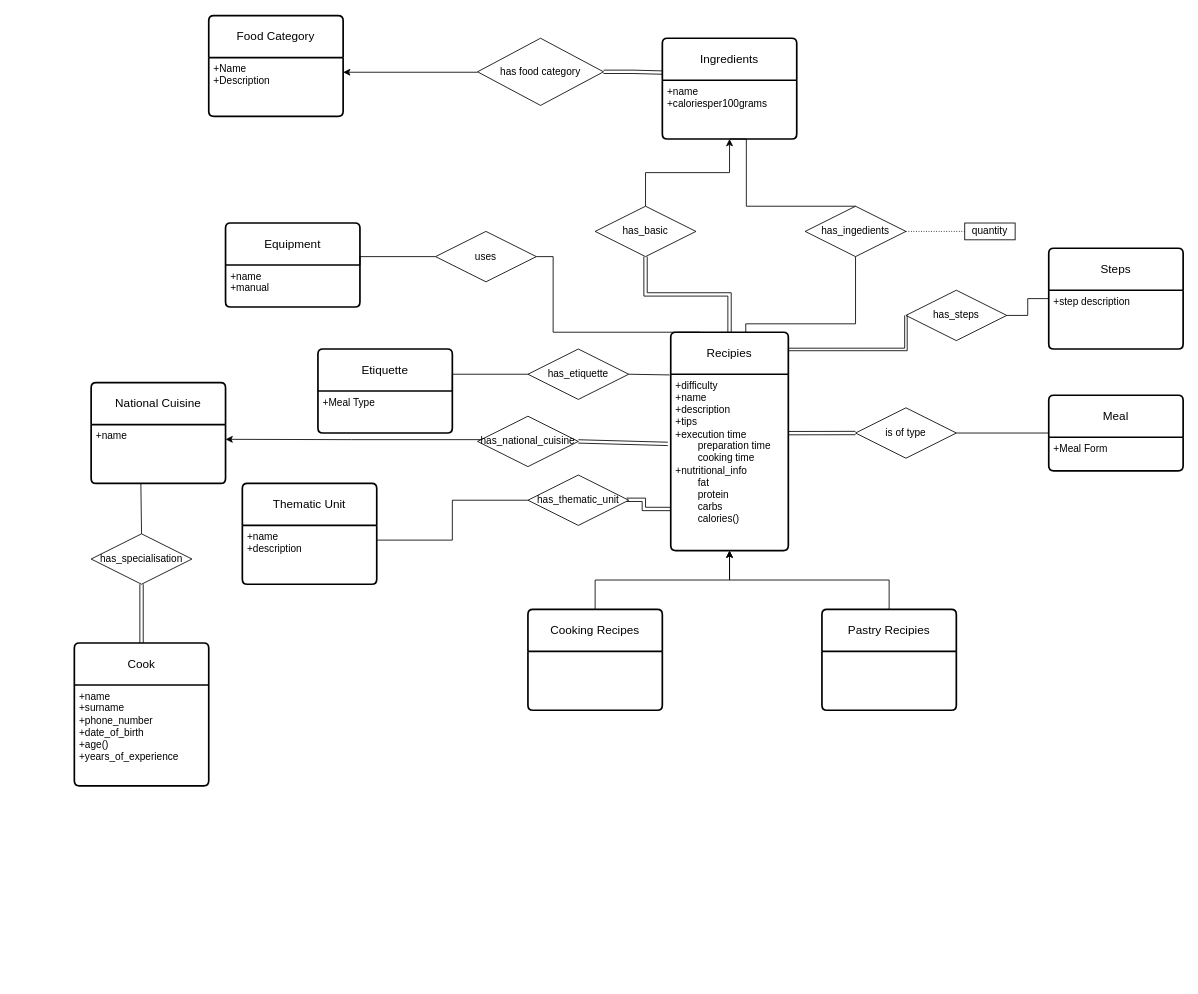
Above: ER_Diagram.drawio in konstantinosk31/Databases-I-NTUA (draw.io), before the change. Source tidied: cells renumbered, new cells numbered last; positions are measured from the earlier drawing's top-left corner, leaving out a move shared by most shapes. Both pictures are drawn from the tidied source at 84%, with x=0, y=0 at pixel (74, 15).
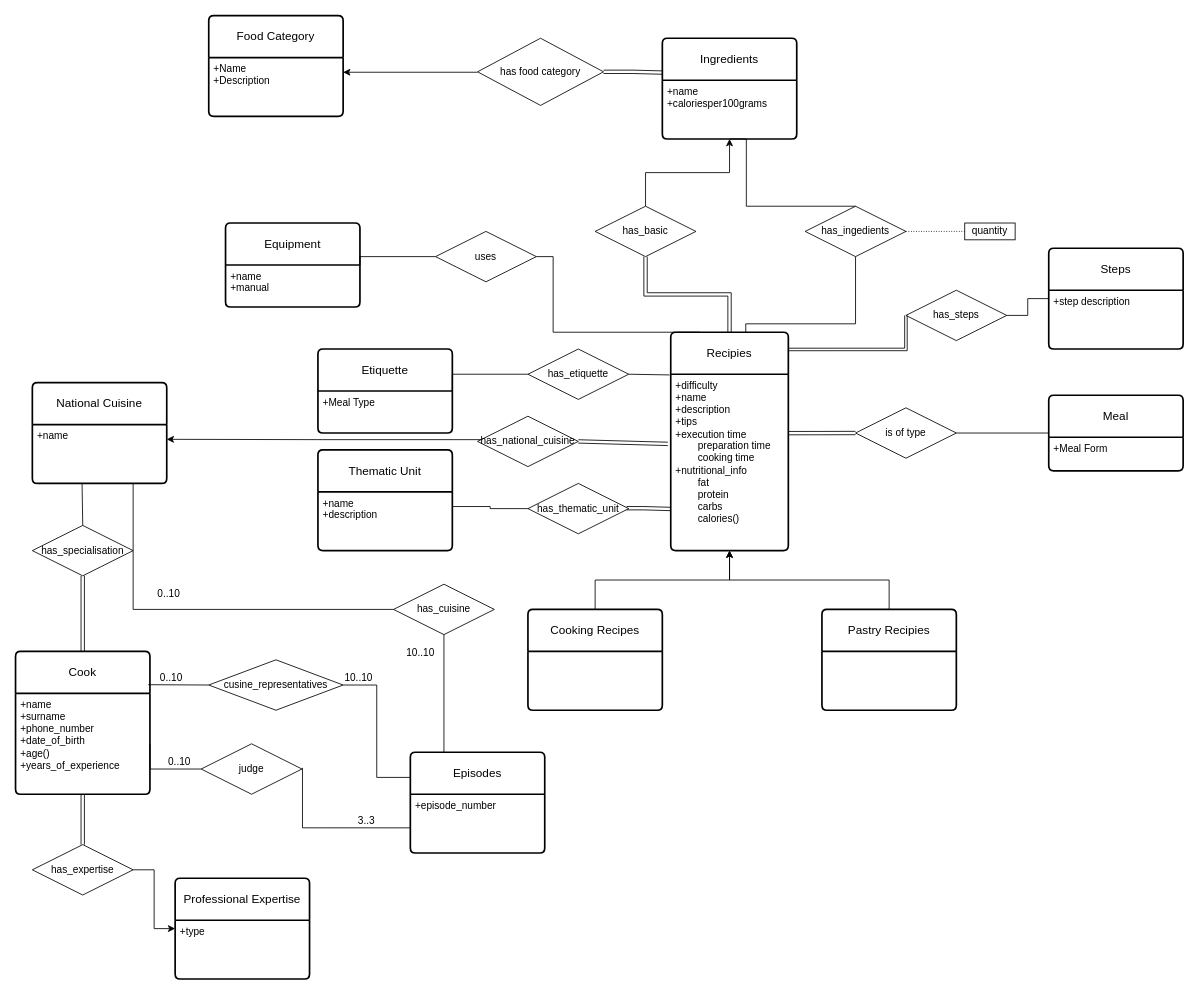
The same page after the edit.

Unchanged cells that the change refers to:
```xml
<mxCell id="45" value="+name&lt;div&gt;+description&lt;/div&gt;" style="align=left;strokeColor=none;fillColor=none;spacingLeft=4;fontSize=12;verticalAlign=top;html=1;" parent="44" vertex="1">
  <mxGeometry y="50" width="160" height="70" as="geometry" />
</mxCell>
<mxCell id="52" value="+name" style="align=left;strokeColor=none;fillColor=none;spacingLeft=4;fontSize=12;verticalAlign=top;html=1;" parent="51" vertex="1">
  <mxGeometry y="50" width="160" height="70" as="geometry" />
</mxCell>
```

Diff of the diagram source:
```diff
@@
     <mxCell id="44" value="Thematic Unit" style="swimlane;horizontal=1;startSize=50;rounded=1;fontSize=14;fontStyle=0;strokeWidth=2;shadow=0;dashed=0;align=center;arcSize=4;whiteSpace=wrap;html=1;" parent="1" vertex="1">
-      <mxGeometry x="200" y="557" width="160" height="120" as="geometry" />
+      <mxGeometry x="290" y="517" width="160" height="120" as="geometry" />
     </mxCell>
@@
     <mxCell id="46" value="has_thematic_unit" style="shape=rhombus;perimeter=rhombusPerimeter;whiteSpace=wrap;html=1;align=center;" parent="1" vertex="1">
-      <mxGeometry x="540" y="547" width="120" height="60" as="geometry" />
+      <mxGeometry x="540" y="557" width="120" height="60" as="geometry" />
     </mxCell>
     <mxCell id="47" style="endArrow=none;html=1;rounded=0;entryX=0;entryY=0.5;entryDx=0;entryDy=0;exitX=1;exitY=0.25;exitDx=0;exitDy=0;edgeStyle=orthogonalEdgeStyle;" parent="1" edge="1" source="45" target="46">
-      <mxGeometry relative="1" as="geometry" />
+      <mxGeometry relative="1" as="geometry">
+        <Array as="points">
+          <mxPoint x="495" y="584" />
+          <mxPoint x="495" y="587" />
+        </Array>
+      </mxGeometry>
     </mxCell>
@@
     <mxCell id="49" value="Cook" style="swimlane;horizontal=1;startSize=50;rounded=1;fontSize=14;fontStyle=0;strokeWidth=2;shadow=0;dashed=0;align=center;arcSize=4;whiteSpace=wrap;html=1;" parent="1" vertex="1">
-      <mxGeometry y="747" width="160" height="170" as="geometry" />
+      <mxGeometry x="-70" y="757" width="160" height="170" as="geometry" />
     </mxCell>
-    <mxCell id="50" value="+name&lt;div&gt;+surname&lt;/div&gt;&lt;div&gt;+phone_number&lt;/div&gt;&lt;div&gt;+date_of_birth&lt;/div&gt;&lt;div&gt;+age()&lt;/div&gt;&lt;div&gt;+years_of_experience&lt;/div&gt;&lt;div&gt;&lt;br&gt;&lt;/div&gt;" style="align=left;strokeColor=none;fillColor=none;spacingLeft=4;fontSize=12;verticalAlign=top;html=1;" parent="49" vertex="1">
+    <mxCell id="50" value="+name&lt;div&gt;+surname&lt;/div&gt;&lt;div&gt;+phone_number&lt;/div&gt;&lt;div&gt;+date_of_birth&lt;/div&gt;&lt;div&gt;+age()&lt;/div&gt;&lt;div&gt;+years_of_experience&lt;/div&gt;" style="align=left;strokeColor=none;fillColor=none;spacingLeft=4;fontSize=12;verticalAlign=top;html=1;" parent="49" vertex="1">
       <mxGeometry y="50" width="160" height="120" as="geometry" />
     </mxCell>
     <mxCell id="51" value="National Cuisine" style="swimlane;horizontal=1;startSize=50;rounded=1;fontSize=14;fontStyle=0;strokeWidth=2;shadow=0;dashed=0;align=center;arcSize=4;whiteSpace=wrap;html=1;" parent="1" vertex="1">
-      <mxGeometry x="20" y="437" width="160" height="120" as="geometry" />
+      <mxGeometry x="-50" y="437" width="160" height="120" as="geometry" />
     </mxCell>
@@
     <mxCell id="56" value="has_specialisation" style="shape=rhombus;perimeter=rhombusPerimeter;whiteSpace=wrap;html=1;align=center;" parent="1" vertex="1">
-      <mxGeometry x="20" y="617" width="120" height="60" as="geometry" />
+      <mxGeometry x="-50" y="607" width="120" height="60" as="geometry" />
     </mxCell>
@@
+    <mxCell id="59" value="Professional Expertise" style="swimlane;horizontal=1;startSize=50;rounded=1;fontSize=14;fontStyle=0;strokeWidth=2;shadow=0;dashed=0;align=center;arcSize=4;whiteSpace=wrap;html=1;" parent="1" vertex="1">
+      <mxGeometry x="120" y="1027" width="160" height="120" as="geometry" />
+    </mxCell>
+    <mxCell id="60" value="+type" style="align=left;strokeColor=none;fillColor=none;spacingLeft=4;fontSize=12;verticalAlign=top;html=1;" parent="59" vertex="1">
+      <mxGeometry y="50" width="160" height="70" as="geometry" />
+    </mxCell>
+    <mxCell id="61" style="edgeStyle=orthogonalEdgeStyle;rounded=0;jettySize=auto;html=1;exitX=1;exitY=0.5;exitDx=0;exitDy=0;entryX=0;entryY=0.5;entryDx=0;entryDy=0;" parent="1" edge="1" source="62" target="59">
+      <mxGeometry relative="1" as="geometry" />
+    </mxCell>
+    <mxCell id="62" value="has_expertise" style="shape=rhombus;perimeter=rhombusPerimeter;whiteSpace=wrap;html=1;align=center;" parent="1" vertex="1">
+      <mxGeometry x="-50" y="987" width="120" height="60" as="geometry" />
+    </mxCell>
+    <mxCell id="63" style="endArrow=none;html=1;rounded=0;exitX=0.5;exitY=1;exitDx=0;exitDy=0;entryX=0.5;entryY=0;entryDx=0;entryDy=0;shape=link;" parent="1" edge="1" source="50" target="62">
+      <mxGeometry relative="1" as="geometry" />
+    </mxCell>
+    <mxCell id="64" value="Episodes" style="swimlane;horizontal=1;startSize=50;rounded=1;fontSize=14;fontStyle=0;strokeWidth=2;shadow=0;dashed=0;align=center;arcSize=4;whiteSpace=wrap;html=1;" parent="1" vertex="1">
+      <mxGeometry x="400" y="877" width="160" height="120" as="geometry" />
+    </mxCell>
+    <mxCell id="65" value="+episode_number" style="align=left;strokeColor=none;fillColor=none;spacingLeft=4;fontSize=12;verticalAlign=top;html=1;" parent="64" vertex="1">
+      <mxGeometry y="50" width="160" height="70" as="geometry" />
+    </mxCell>
+    <mxCell id="66" value="judge" style="shape=rhombus;perimeter=rhombusPerimeter;whiteSpace=wrap;html=1;align=center;" parent="1" vertex="1">
+      <mxGeometry x="151" y="867" width="120" height="60" as="geometry" />
+    </mxCell>
+    <mxCell id="67" style="html=1;rounded=0;endArrow=none;endFill=0;exitX=1;exitY=0.5;exitDx=0;exitDy=0;entryX=0;entryY=0.5;entryDx=0;entryDy=0;edgeStyle=orthogonalEdgeStyle;" parent="1" edge="1" source="50" target="66">
+      <mxGeometry relative="1" as="geometry">
+        <Array as="points">
+          <mxPoint x="90" y="897" />
+          <mxPoint x="150" y="897" />
+        </Array>
+      </mxGeometry>
+    </mxCell>
+    <mxCell id="68" value="0..10" style="html=1;whiteSpace=wrap;align=left;verticalAlign=bottom;" parent="67" vertex="1">
+      <mxGeometry x="-1" relative="1" as="geometry">
+        <mxPoint x="20" y="30" as="offset" />
+      </mxGeometry>
+    </mxCell>
+    <mxCell id="69" style="endArrow=none;html=1;rounded=0;edgeStyle=orthogonalEdgeStyle;exitX=1.005;exitY=0.477;exitDx=0;exitDy=0;exitPerimeter=0;entryX=-0.002;entryY=0.572;entryDx=0;entryDy=0;entryPerimeter=0;" parent="1" edge="1" source="66" target="65">
+      <mxGeometry relative="1" as="geometry">
+        <Array as="points">
+          <mxPoint x="272" y="967" />
+        </Array>
+      </mxGeometry>
+    </mxCell>
+    <mxCell id="70" value="3..3" style="html=1;whiteSpace=wrap;align=right;verticalAlign=bottom;" parent="69" vertex="1">
+      <mxGeometry x="1" relative="1" as="geometry">
+        <mxPoint x="-40" as="offset" />
+      </mxGeometry>
+    </mxCell>
+    <mxCell id="71" value="cusine_representatives" style="shape=rhombus;perimeter=rhombusPerimeter;whiteSpace=wrap;html=1;align=center;" parent="1" vertex="1">
+      <mxGeometry x="160" y="767" width="160" height="60" as="geometry" />
+    </mxCell>
+    <mxCell id="72" style="html=1;rounded=0;exitX=1;exitY=0.5;exitDx=0;exitDy=0;entryX=0;entryY=0.25;entryDx=0;entryDy=0;edgeStyle=orthogonalEdgeStyle;endArrow=none;endFill=0;" parent="1" edge="1" source="71" target="64">
+      <mxGeometry relative="1" as="geometry" />
+    </mxCell>
+    <mxCell id="73" value="10..10" style="html=1;whiteSpace=wrap;align=left;verticalAlign=bottom;" parent="72" vertex="1">
+      <mxGeometry x="-1" relative="1" as="geometry" />
+    </mxCell>
+    <mxCell id="74" style="endArrow=none;html=1;rounded=0;exitX=0.988;exitY=0.233;exitDx=0;exitDy=0;exitPerimeter=0;entryX=0;entryY=0.5;entryDx=0;entryDy=0;" parent="1" edge="1" source="49" target="71">
+      <mxGeometry relative="1" as="geometry" />
+    </mxCell>
+    <mxCell id="75" value="0..10" style="html=1;whiteSpace=wrap;align=right;verticalAlign=bottom;" parent="74" vertex="1">
+      <mxGeometry x="1" relative="1" as="geometry">
+        <mxPoint x="-30" as="offset" />
+      </mxGeometry>
+    </mxCell>
+    <mxCell id="76" value="has_cuisine" style="shape=rhombus;perimeter=rhombusPerimeter;whiteSpace=wrap;html=1;align=center;" parent="1" vertex="1">
+      <mxGeometry x="380" y="677" width="120" height="60" as="geometry" />
+    </mxCell>
+    <mxCell id="77" style="endArrow=none;html=1;rounded=0;entryX=0.5;entryY=1;entryDx=0;entryDy=0;exitX=0.25;exitY=0;exitDx=0;exitDy=0;edgeStyle=orthogonalEdgeStyle;" parent="1" edge="1" source="64" target="76">
+      <mxGeometry relative="1" as="geometry" />
+    </mxCell>
+    <mxCell id="78" value="10..10" style="html=1;whiteSpace=wrap;align=right;verticalAlign=bottom;" parent="77" vertex="1">
+      <mxGeometry x="1" relative="1" as="geometry">
+        <mxPoint x="-10" y="30" as="offset" />
+      </mxGeometry>
+    </mxCell>
+    <mxCell id="79" style="endArrow=none;html=1;rounded=0;edgeStyle=orthogonalEdgeStyle;entryX=0;entryY=0.5;entryDx=0;entryDy=0;exitX=0.75;exitY=1;exitDx=0;exitDy=0;" parent="1" edge="1" source="52" target="76">
+      <mxGeometry relative="1" as="geometry" />
+    </mxCell>
+    <mxCell id="80" value="0..10" style="html=1;whiteSpace=wrap;align=right;verticalAlign=bottom;" parent="79" vertex="1">
+      <mxGeometry x="1" relative="1" as="geometry">
+        <mxPoint x="-253" y="-10" as="offset" />
+      </mxGeometry>
+    </mxCell>
```
